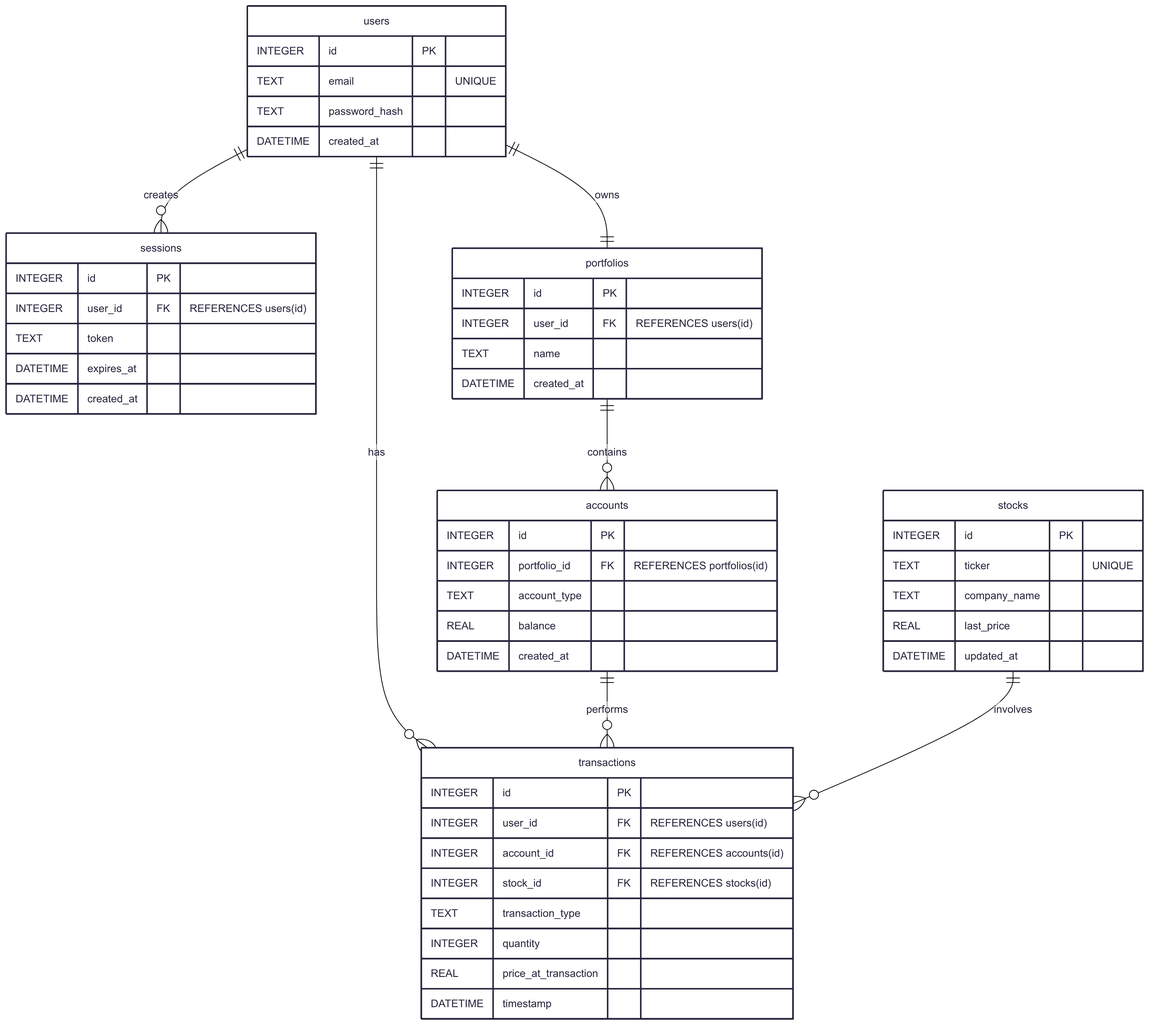
Above: docs/erd/full-schema.png in DavJesse/stock-folio (Mermaid), before the change. Its source is kept beside it as docs/erd/full-schema.mmd.
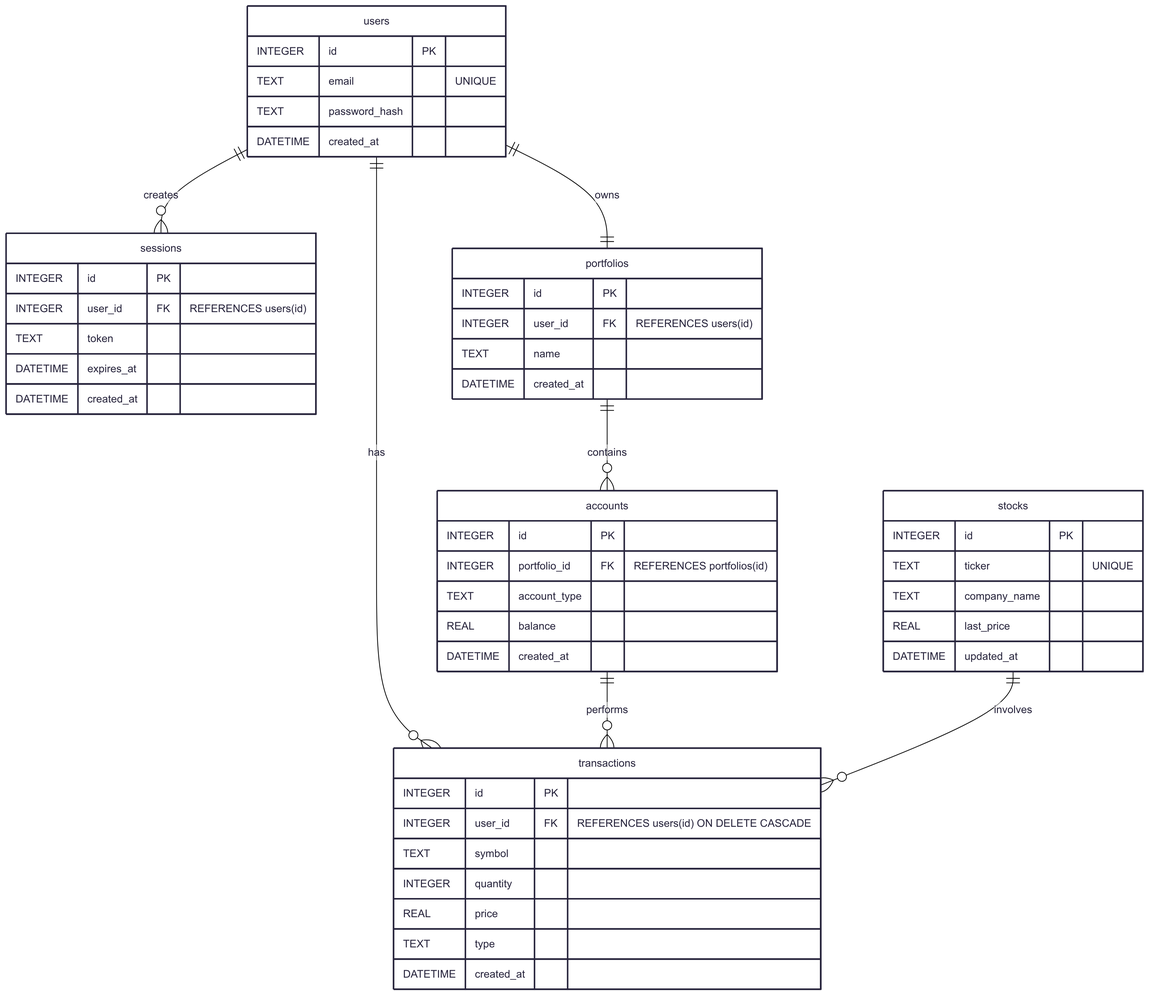
After the change.

Commit message:
docs: update transactions table in full schema erd diagrams (#12.2)

Diff of the diagram source:
```diff
@@ -46,13 +46,12 @@
         DATETIME updated_at
     }
 
-    transactions {
-        INTEGER id PK
-        INTEGER user_id FK "REFERENCES users(id)"
-        INTEGER account_id FK "REFERENCES accounts(id)"
-        INTEGER stock_id FK "REFERENCES stocks(id)"
-        TEXT transaction_type
-        INTEGER quantity
-        REAL price_at_transaction
-        DATETIME timestamp
-    }
+  transactions {
+      INTEGER id PK
+      INTEGER user_id FK "REFERENCES users(id) ON DELETE CASCADE"
+      TEXT symbol
+      INTEGER quantity
+      REAL price
+      TEXT type
+      DATETIME created_at
+  }
```
